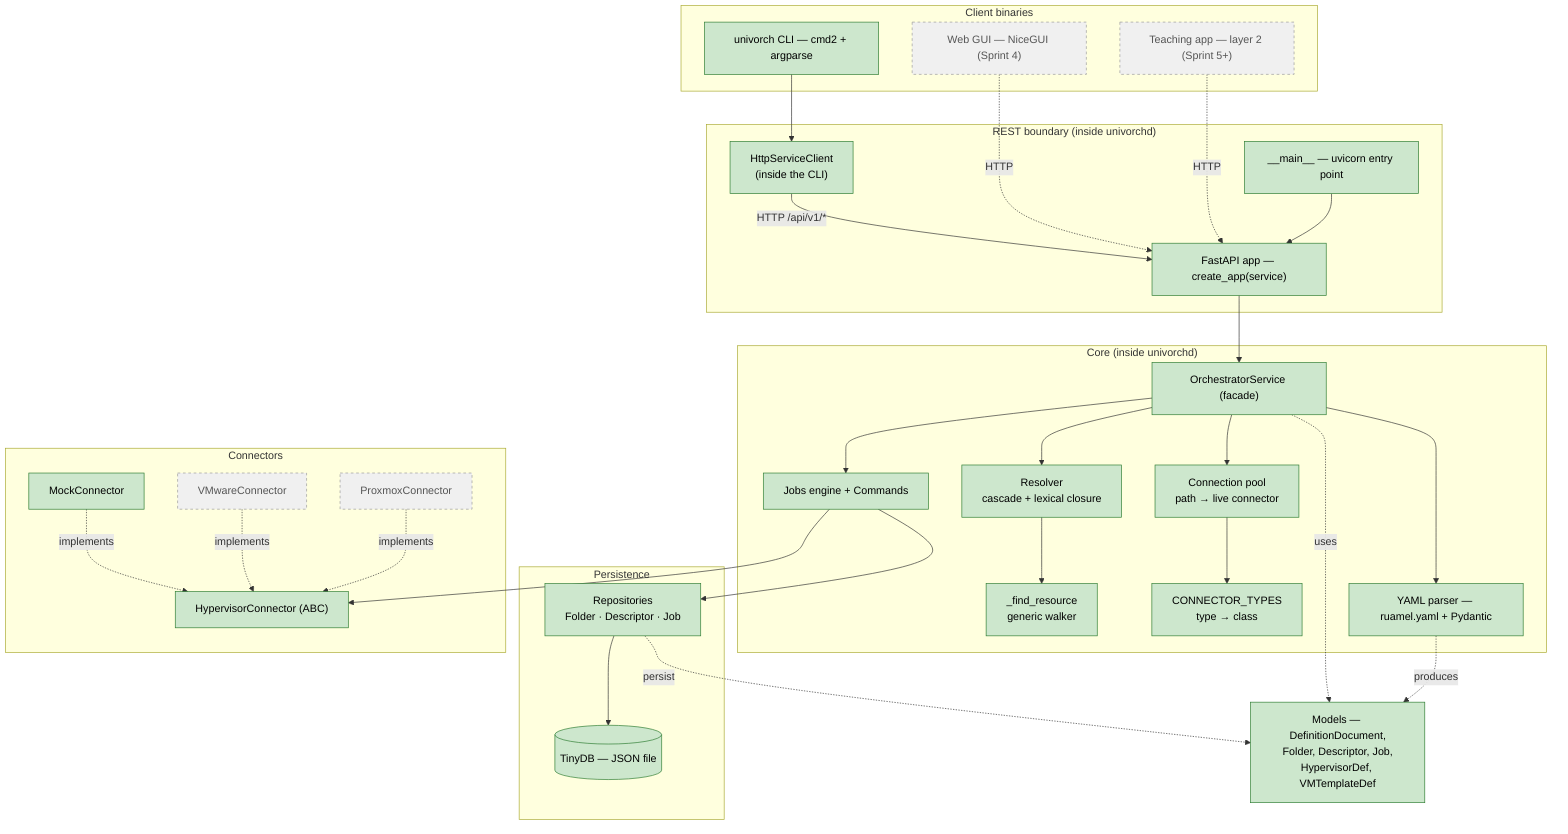
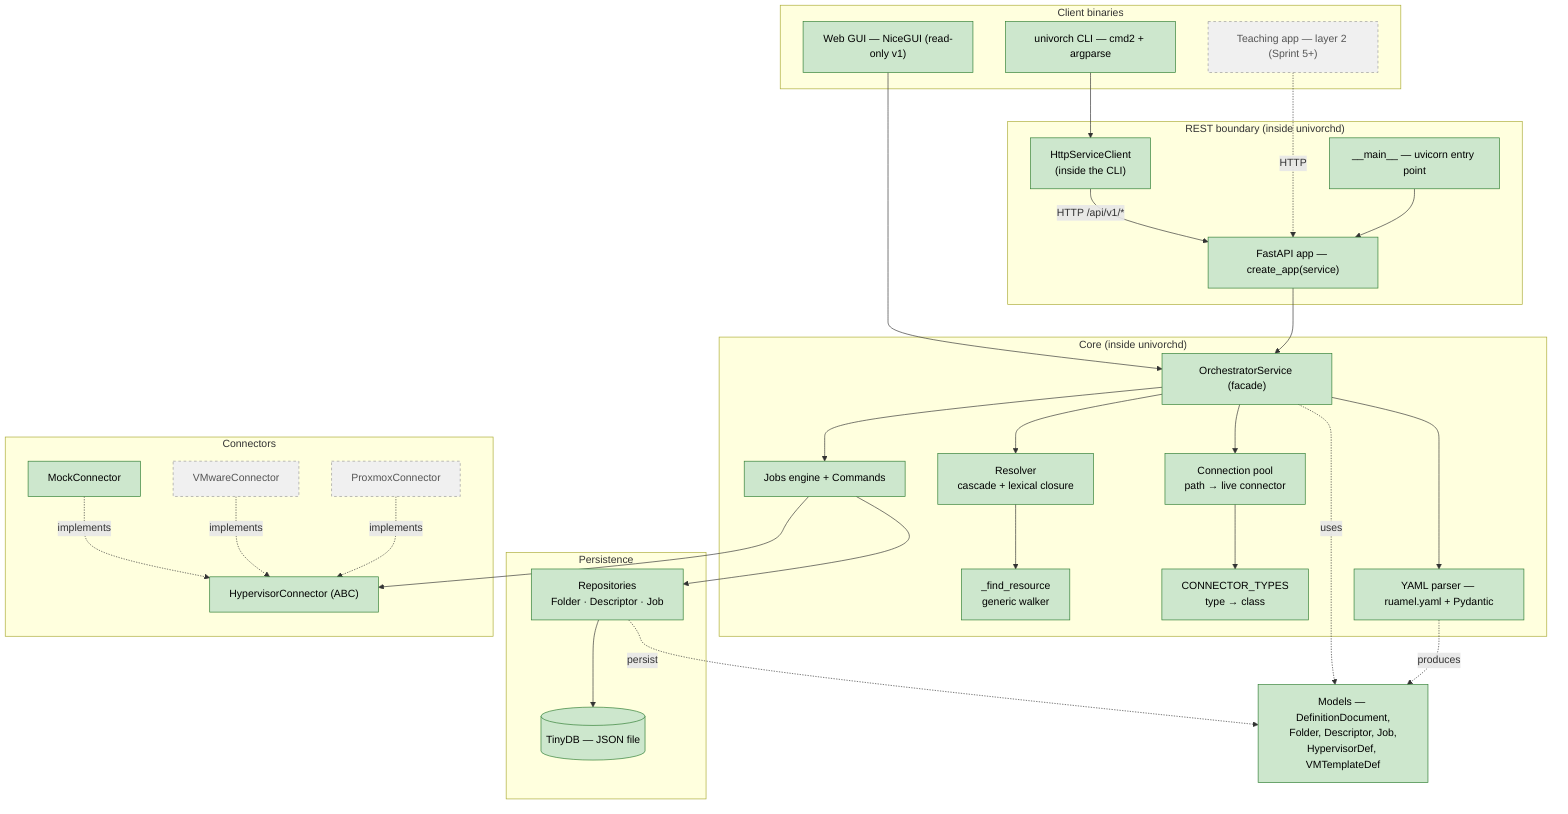
flowchart TD
    subgraph Clients["Client binaries"]
        CLI["univorch CLI — cmd2 + argparse"]:::done
-         Web["Web GUI — NiceGUI (Sprint 4)"]:::pending
+         Web["Web GUI — NiceGUI (read-only v1)"]:::done
        TA["Teaching app — layer 2 (Sprint 5+)"]:::pending
    end

    subgraph RESTLayer["REST boundary (inside univorchd)"]
        Http["HttpServiceClient<br/>(inside the CLI)"]:::done
        App["FastAPI app — create_app(service)"]:::done
        Main["__main__ — uvicorn entry point"]:::done
    end

    subgraph Core["Core (inside univorchd)"]
        Service["OrchestratorService (facade)"]:::done
        Resolver["Resolver<br/>cascade + lexical closure"]:::done
        Walker["_find_resource<br/>generic walker"]:::done
        Pool["Connection pool<br/>path → live connector"]:::done
        Registry["CONNECTOR_TYPES<br/>type → class"]:::done
        Parser["YAML parser — ruamel.yaml + Pydantic"]:::done
        Jobs["Jobs engine + Commands"]:::done
    end

    subgraph Persistence
        Repos["Repositories<br/>Folder · Descriptor · Job"]:::done
        DB[("TinyDB — JSON file")]:::done
    end

    subgraph Connectors
        ABC["HypervisorConnector (ABC)"]:::done
        Mock["MockConnector"]:::done
        VMware["VMwareConnector"]:::pending
        Proxmox["ProxmoxConnector"]:::pending
    end

    Models["Models — DefinitionDocument,<br/>Folder, Descriptor, Job,<br/>HypervisorDef, VMTemplateDef"]:::done

    CLI --> Http
    Http -->|HTTP /api/v1/*| App
-     Web -.HTTP.-> App
+     Web --> Service
    TA -.HTTP.-> App
    App --> Service
    Main --> App
    Service --> Resolver
    Service --> Jobs
    Service --> Pool
    Resolver --> Walker
    Pool --> Registry
    Service --> Parser
    Jobs --> ABC
    Jobs --> Repos
    Repos --> DB
    Mock -.implements.-> ABC
    VMware -.implements.-> ABC
    Proxmox -.implements.-> ABC
    Service -.uses.-> Models
    Parser -.produces.-> Models
    Repos -.persist.-> Models

    classDef done fill:#cde7cd,stroke:#2e7d32,color:#000;
    classDef pending fill:#f0f0f0,stroke:#999,stroke-dasharray:4 4,color:#555;
